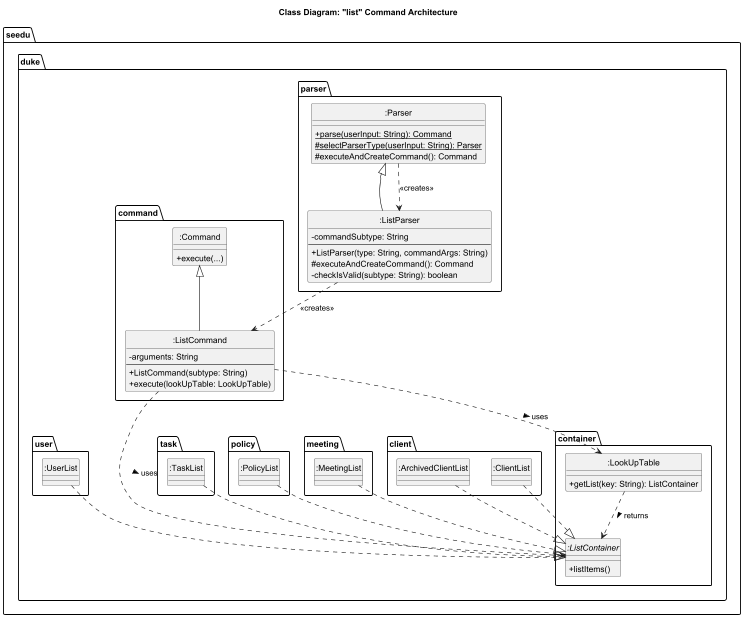
Before: docs/umldiagrams/list_cd.png, a diagram exported from PlantUML (ZT712002/tp).
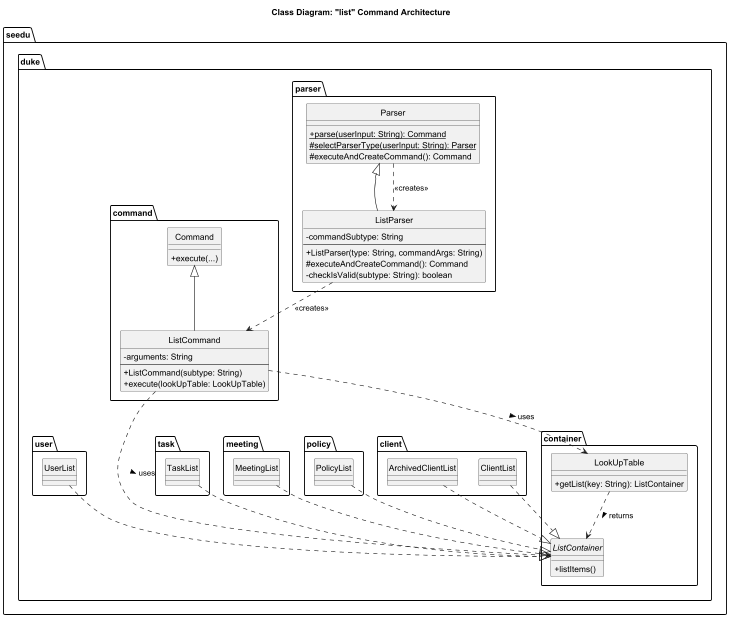
The same file after the commit.

Commit message:
Add changes to class diagrams

Change to the diagram source:
```diff
@@ -10,13 +10,13 @@
 
 
 package seedu.duke.parser {
-    class :Parser {
+    class Parser {
         + {static} parse(userInput: String): Command
         # {static} selectParserType(userInput: String): Parser
         # executeAndCreateCommand(): Command
     }
 
-    class :ListParser {
+    class ListParser {
         - commandSubtype: String
         --
         + ListParser(type: String, commandArgs: String)
@@ -26,11 +26,11 @@
 }
 
 package seedu.duke.command {
-    class :Command {
+     class Command {
         + execute(...)
     }
 
-    class :ListCommand {
+    class ListCommand {
         - arguments: String
         --
         + ListCommand(subtype: String)
@@ -39,48 +39,48 @@
 }
 
 package seedu.duke.container {
-    interface :ListContainer {
+    interface ListContainer {
         + listItems()
     }
 
-    class :LookUpTable {
+    class LookUpTable {
         + getList(key: String): ListContainer
     }
 }
 
 package seedu.duke.client {
-    class :ClientList
-    class :ArchivedClientList
+    class ClientList
+    class ArchivedClientList
 }
 package seedu.duke.meeting {
-    class :MeetingList
+    class MeetingList
 }
 package seedu.duke.policy {
-    class :PolicyList
+    class PolicyList
 }
 package seedu.duke.task {
-    class :TaskList
+    class TaskList
 }
 package seedu.duke.user {
-    class :UserList
+    class UserList
 }
 
 
 
-":Parser" <|-- ":ListParser"
-":Command" <|-- ":ListCommand"
+Parser <|-- ListParser
+Command <|-- ListCommand
 
-":ClientList" ..|> ":ListContainer"
-":ArchivedClientList" ..|> ":ListContainer"
-":MeetingList" ..|> ":ListContainer"
-":PolicyList" ..|> ":ListContainer"
-":TaskList" ..|> ":ListContainer"
-":UserList" ..|> ":ListContainer"
+ClientList ..|> ListContainer
+ArchivedClientList ..|> ListContainer
+MeetingList ..|> ListContainer
+PolicyList ..|> ListContainer
+TaskList ..|> ListContainer
+UserList ..|> ListContainer
 
-":Parser" ..> ":ListParser" : <<creates>>
-":ListParser" ..> ":ListCommand" : <<creates>>
-":ListCommand" ..> ":LookUpTable" : uses >
-":ListCommand" ..> ":ListContainer" : uses >
-":LookUpTable" ..> ":ListContainer" : returns >
+Parser ..> ListParser : <<creates>>
+ListParser ..> ListCommand : <<creates>>
+ListCommand ..> LookUpTable : uses >
+ListCommand ..> ListContainer : uses >
+LookUpTable ..> ListContainer : returns >
 
 @enduml
```
